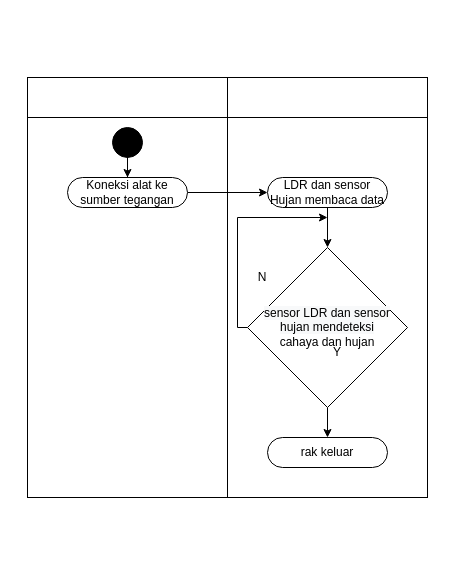
Above: activity.drawio in nalendro16/Vuejs101 (draw.io), before the change. Source tidied: cells renumbered, new cells numbered last; positions are measured from the earlier drawing's top-left corner, leaving out a move shared by most shapes. Both pictures are drawn from the tidied source at 100%, with x=0, y=0 at pixel (27, 77).
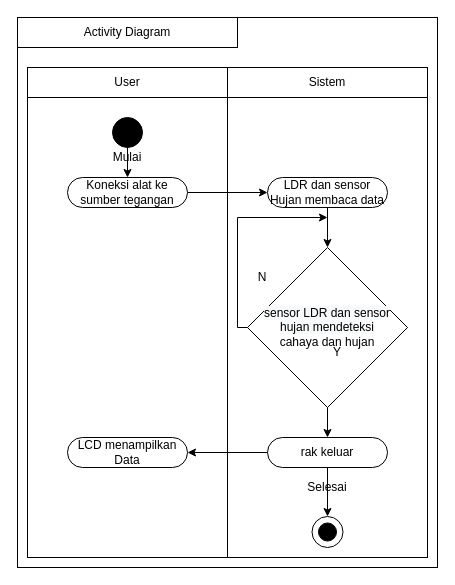
Above is the later version.

The change refers to these unchanged cells:
```xml
<mxCell id="14" value="rak keluar" style="rounded=1;whiteSpace=wrap;html=1;arcSize=50;" parent="1" vertex="1">
  <mxGeometry x="240" y="360" width="120" height="30" as="geometry" />
</mxCell>
```

Change to the diagram source:
```diff
@@
+    <mxCell id="18" style="rounded=0;whiteSpace=wrap;html=1;glass=0;fontColor=#000000;fillColor=#FFFFFF;" parent="1" vertex="1">
+      <mxGeometry x="-10" y="-60" width="420" height="550" as="geometry" />
+    </mxCell>
     <mxCell id="2" style="rounded=0;whiteSpace=wrap;html=1;" parent="1" vertex="1">
-      <mxGeometry width="200" height="420" as="geometry" />
+      <mxGeometry width="200" height="480" as="geometry" />
     </mxCell>
     <mxCell id="3" style="rounded=0;whiteSpace=wrap;html=1;" parent="1" vertex="1">
-      <mxGeometry x="200" width="200" height="420" as="geometry" />
+      <mxGeometry x="200" width="200" height="480" as="geometry" />
     </mxCell>
-    <mxCell id="4" style="rounded=0;whiteSpace=wrap;html=1;" parent="1" vertex="1">
-      <mxGeometry width="200" height="40" as="geometry" />
+    <mxCell id="4" value="User" style="rounded=0;whiteSpace=wrap;html=1;" parent="1" vertex="1">
+      <mxGeometry y="-10" width="200" height="30" as="geometry" />
     </mxCell>
-    <mxCell id="5" style="rounded=0;whiteSpace=wrap;html=1;" parent="1" vertex="1">
-      <mxGeometry x="200" width="200" height="40" as="geometry" />
+    <mxCell id="5" value="Sistem" style="rounded=0;whiteSpace=wrap;html=1;" parent="1" vertex="1">
+      <mxGeometry x="200" y="-10" width="200" height="30" as="geometry" />
     </mxCell>
@@
     <mxCell id="9" style="ellipse;whiteSpace=wrap;html=1;glass=0;fillColor=#000000;" parent="1" vertex="1">
-      <mxGeometry x="85" y="50" width="30" height="30" as="geometry" />
+      <mxGeometry x="85" y="40" width="30" height="30" as="geometry" />
     </mxCell>
@@
+    <mxCell id="19" style="edgeStyle=orthogonalEdgeStyle;rounded=0;jettySize=auto;html=1;entryX=1;entryY=0.5;entryDx=0;entryDy=0;fontColor=#000000;" parent="1" edge="1" source="14" target="25">
+      <mxGeometry relative="1" as="geometry" />
+    </mxCell>
@@
+    <mxCell id="20" value="Mulai" style="text;html=1;strokeColor=none;fillColor=none;align=center;verticalAlign=middle;whiteSpace=wrap;rounded=0;glass=0;fontColor=#000000;" parent="1" vertex="1">
+      <mxGeometry x="80" y="70" width="40" height="20" as="geometry" />
+    </mxCell>
+    <mxCell id="21" value="Selesai" style="text;html=1;strokeColor=none;fillColor=none;align=center;verticalAlign=middle;whiteSpace=wrap;rounded=0;glass=0;fontColor=#000000;" parent="1" vertex="1">
+      <mxGeometry x="280" y="400" width="40" height="20" as="geometry" />
+    </mxCell>
+    <mxCell id="22" style="ellipse;whiteSpace=wrap;html=1;glass=0;fontColor=#000000;fillColor=#FFFFFF;" parent="1" vertex="1">
+      <mxGeometry x="284.5" y="439" width="31" height="31" as="geometry" />
+    </mxCell>
+    <mxCell id="23" style="ellipse;whiteSpace=wrap;html=1;glass=0;fillColor=#000000;" parent="1" vertex="1">
+      <mxGeometry x="291" y="445.5" width="18" height="18" as="geometry" />
+    </mxCell>
+    <mxCell id="24" style="endArrow=classic;html=1;fontColor=#000000;exitX=0.5;exitY=1;exitDx=0;exitDy=0;entryX=0.5;entryY=0;entryDx=0;entryDy=0;" parent="1" edge="1" source="14" target="22">
+      <mxGeometry relative="1" as="geometry" />
+    </mxCell>
+    <mxCell id="25" value="LCD menampilkan Data" style="rounded=1;whiteSpace=wrap;html=1;arcSize=50;" parent="1" vertex="1">
+      <mxGeometry x="40" y="360" width="120" height="30" as="geometry" />
+    </mxCell>
+    <mxCell id="26" value="Activity Diagram" style="rounded=0;whiteSpace=wrap;html=1;glass=0;fontColor=#000000;fillColor=#FFFFFF;" parent="1" vertex="1">
+      <mxGeometry x="-10" y="-60" width="220" height="30" as="geometry" />
+    </mxCell>
```
